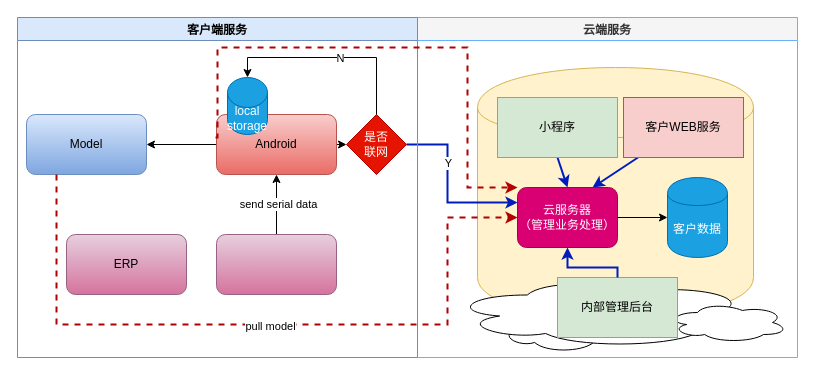
Before: 小爱同学.drawio in FataliBud/draw.io, a draw.io diagram. Source tidied: cells renumbered, new cells numbered last; positions are measured from the earlier drawing's top-left corner, leaving out a move shared by most shapes. Both pictures are drawn from the tidied source at 100%, with x=0, y=0 at pixel (17, 17).
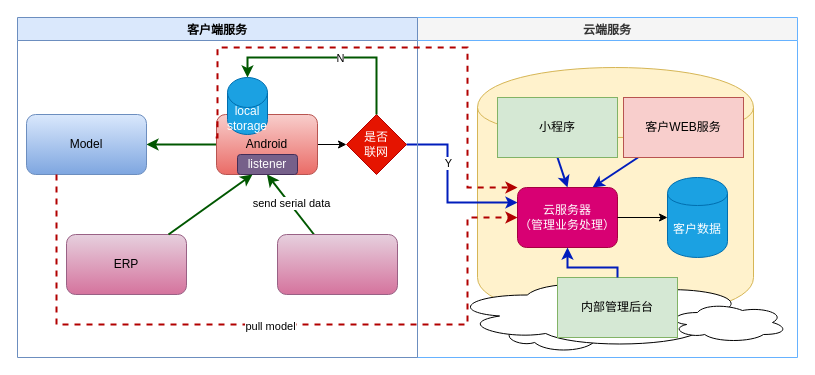
The same diagram, later.

Commit message (it also covers changes not shown here):
更新小爱同学.drawio

The change refers to these unchanged cells:
```xml
<mxCell id="12" value="Model" style="rounded=1;whiteSpace=wrap;html=1;gradientColor=#7ea6e0;fillColor=#dae8fc;strokeColor=#6c8ebf;" parent="1" vertex="1">
  <mxGeometry x="9" y="97" width="120" height="60" as="geometry" />
</mxCell>
<mxCell id="17" value="云服务器&lt;br&gt;（管理业务处理）" style="rounded=1;whiteSpace=wrap;html=1;shadow=0;fillColor=#d80073;strokeColor=#A50040;fontColor=#ffffff;" parent="1" vertex="1">
  <mxGeometry x="500" y="170" width="100" height="60" as="geometry" />
</mxCell>
<mxCell id="23" value="客户端服务" style="swimlane;fillColor=#dae8fc;strokeColor=#6c8ebf;" parent="18" vertex="1">
  <mxGeometry x="-400" width="400" height="340" as="geometry" />
</mxCell>
<mxCell id="24" value="local storage" style="shape=cylinder3;whiteSpace=wrap;html=1;boundedLbl=1;backgroundOutline=1;size=15;strokeColor=#006EAF;fillColor=#1ba1e2;fontColor=#ffffff;" parent="23" vertex="1">
  <mxGeometry x="210" y="60" width="40" height="57" as="geometry" />
</mxCell>
<mxCell id="25" value="是否&lt;br&gt;联网" style="rhombus;whiteSpace=wrap;html=1;strokeColor=#B20000;fillColor=#e51400;fontColor=#ffffff;" parent="23" vertex="1">
  <mxGeometry x="329" y="97" width="60" height="60" as="geometry" />
</mxCell>
<mxCell id="28" value="ERP" style="rounded=1;whiteSpace=wrap;html=1;gradientColor=#d5739d;fillColor=#e6d0de;strokeColor=#996185;" parent="23" vertex="1">
  <mxGeometry x="49" y="217" width="120" height="60" as="geometry" />
</mxCell>
```

The edit, as a diff of the source:
```diff
@@
-    <mxCell id="4" style="edgeStyle=none;rounded=0;jettySize=auto;html=1;entryX=1;entryY=0.5;entryDx=0;entryDy=0;exitX=0;exitY=0.5;exitDx=0;exitDy=0;" parent="1" edge="1" source="8" target="12">
+    <mxCell id="4" style="edgeStyle=none;rounded=0;jettySize=auto;html=1;entryX=1;entryY=0.5;entryDx=0;entryDy=0;exitX=0;exitY=0.5;exitDx=0;exitDy=0;fillColor=#008a00;strokeColor=#005700;strokeWidth=2;" parent="1" edge="1" source="8" target="12">
       <mxGeometry relative="1" as="geometry" />
     </mxCell>
@@
     <mxCell id="8" value="Android" style="rounded=1;whiteSpace=wrap;html=1;gradientColor=#ea6b66;fillColor=#f8cecc;strokeColor=#b85450;" parent="1" vertex="1">
-      <mxGeometry x="199" y="97" width="120" height="60" as="geometry" />
+      <mxGeometry x="199" y="97" width="101" height="60" as="geometry" />
     </mxCell>
-    <mxCell id="9" style="edgeStyle=none;rounded=0;jettySize=auto;html=1;entryX=0.5;entryY=1;entryDx=0;entryDy=0;" parent="1" edge="1" source="11" target="8">
+    <mxCell id="9" style="edgeStyle=none;rounded=0;jettySize=auto;html=1;entryX=0.5;entryY=1;entryDx=0;entryDy=0;fillColor=#008a00;strokeColor=#005700;strokeWidth=2;" parent="1" edge="1" source="11" target="8">
       <mxGeometry relative="1" as="geometry" />
     </mxCell>
@@
-    <mxCell id="11" style="rounded=1;whiteSpace=wrap;html=1;gradientColor=#d5739d;fillColor=#e6d0de;strokeColor=#996185;" parent="1" vertex="1">
-      <mxGeometry x="199" y="217" width="120" height="60" as="geometry" />
-    </mxCell>
@@
-    <mxCell id="26" style="edgeStyle=orthogonalEdgeStyle;rounded=0;jettySize=auto;html=1;exitX=0.5;exitY=0;exitDx=0;exitDy=0;entryX=0.5;entryY=0;entryDx=0;entryDy=0;entryPerimeter=0;" parent="23" edge="1" source="25" target="24">
+    <mxCell id="26" style="edgeStyle=orthogonalEdgeStyle;rounded=0;jettySize=auto;html=1;exitX=0.5;exitY=0;exitDx=0;exitDy=0;entryX=0.5;entryY=0;entryDx=0;entryDy=0;entryPerimeter=0;fillColor=#008a00;strokeColor=#005700;strokeWidth=2;" parent="23" edge="1" source="25" target="24">
       <mxGeometry relative="1" as="geometry" />
     </mxCell>
@@
+    <mxCell id="11" style="rounded=1;whiteSpace=wrap;html=1;gradientColor=#d5739d;fillColor=#e6d0de;strokeColor=#996185;" parent="23" vertex="1">
+      <mxGeometry x="260" y="217" width="120" height="60" as="geometry" />
+    </mxCell>
+    <mxCell id="35" value="listener" style="rounded=1;whiteSpace=wrap;html=1;strokeColor=#432D57;fillColor=#76608a;fontColor=#ffffff;" parent="23" vertex="1">
+      <mxGeometry x="220" y="137" width="60" height="20" as="geometry" />
+    </mxCell>
+    <mxCell id="36" style="rounded=0;jettySize=auto;html=1;entryX=0.25;entryY=1;entryDx=0;entryDy=0;strokeColor=#005700;strokeWidth=2;" parent="23" edge="1" source="28" target="35">
+      <mxGeometry relative="1" as="geometry" />
+    </mxCell>
@@
     <mxCell id="32" style="edgeStyle=orthogonalEdgeStyle;rounded=0;jettySize=auto;html=1;entryX=0;entryY=0.5;entryDx=0;entryDy=0;exitX=0.25;exitY=1;exitDx=0;exitDy=0;fillColor=#e51400;strokeColor=#B20000;strokeWidth=2;dashed=1;" parent="1" edge="1" source="12" target="17">
       <mxGeometry relative="1" as="geometry">
         <Array as="points">
           <mxPoint x="39" y="307" />
-          <mxPoint x="430" y="307" />
-          <mxPoint x="430" y="200" />
+          <mxPoint x="450" y="307" />
+          <mxPoint x="450" y="200" />
         </Array>
       </mxGeometry>
     </mxCell>
```
